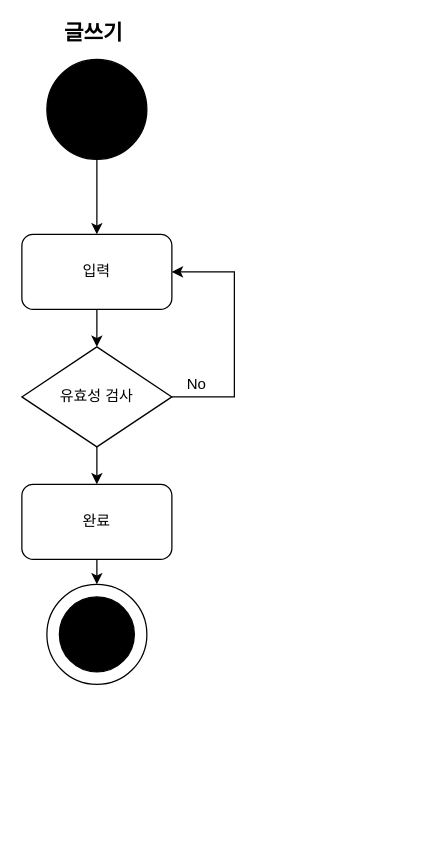
This is page "Page-2" (2 of 4) of Untitled Diagram.drawio from Janggeun-Lee/mygit, a draw.io file, before an edit. Source tidied: cells renumbered, new cells numbered last; positions are measured from the earlier drawing's top-left corner, leaving out a move shared by most shapes. Both pictures are drawn from the tidied source at 125%, with x=0, y=0 at pixel (21, 21).
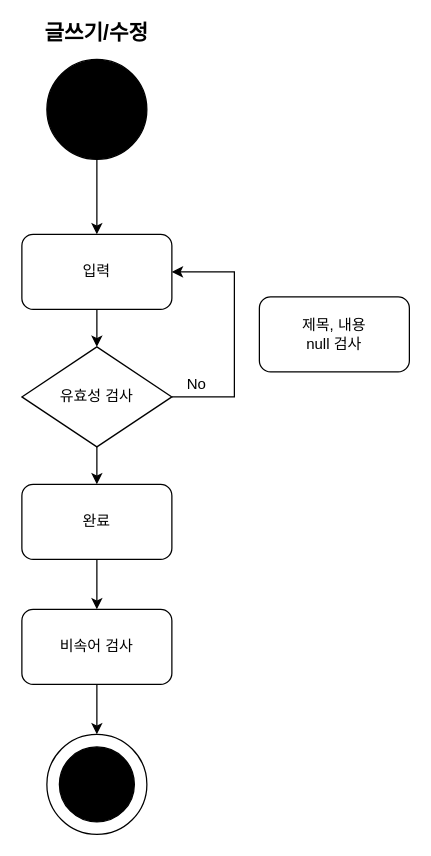
Above is the later version.

The change refers to these unchanged cells:
```xml
<mxCell id="12" value="완료" style="rounded=1;whiteSpace=wrap;html=1;" parent="1" vertex="1">
  <mxGeometry y="370" width="120" height="60" as="geometry" />
</mxCell>
```

What changed in the source:
```diff
@@
-    <mxCell id="6" value="&lt;b&gt;&lt;font style=&quot;font-size: 17px&quot;&gt;글쓰기&amp;nbsp;&lt;/font&gt;&lt;/b&gt;" style="text;html=1;strokeColor=none;fillColor=none;align=center;verticalAlign=middle;whiteSpace=wrap;rounded=0;" parent="1" vertex="1">
-      <mxGeometry x="30" width="60" height="20" as="geometry" />
+    <mxCell id="6" value="&lt;b&gt;&lt;font style=&quot;font-size: 17px&quot;&gt;글쓰기/수정&lt;/font&gt;&lt;/b&gt;" style="text;html=1;strokeColor=none;fillColor=none;align=center;verticalAlign=middle;whiteSpace=wrap;rounded=0;" parent="1" vertex="1">
+      <mxGeometry x="5" width="110" height="20" as="geometry" />
     </mxCell>
@@
-    <mxCell id="11" style="edgeStyle=orthogonalEdgeStyle;rounded=0;jettySize=auto;html=1;exitX=0.5;exitY=1;exitDx=0;exitDy=0;entryX=0.5;entryY=0;entryDx=0;entryDy=0;" parent="1" edge="1" source="12" target="13">
-      <mxGeometry relative="1" as="geometry" />
-    </mxCell>
+    <mxCell id="15" style="edgeStyle=orthogonalEdgeStyle;rounded=0;jettySize=auto;html=1;exitX=0.5;exitY=1;exitDx=0;exitDy=0;entryX=0.5;entryY=0;entryDx=0;entryDy=0;" parent="1" edge="1" source="12" target="19">
+      <mxGeometry relative="1" as="geometry" />
+    </mxCell>
@@
+    <mxCell id="16" value="제목, 내용&lt;br&gt;null 검사" style="rounded=1;whiteSpace=wrap;html=1;fillColor=#FFFFFF;" parent="1" vertex="1">
+      <mxGeometry x="190" y="220" width="120" height="60" as="geometry" />
+    </mxCell>
+    <mxCell id="17" style="group;" parent="1" vertex="1">
+      <mxGeometry x="20" y="570" width="80" height="80" as="geometry" />
+    </mxCell>
-    <mxCell id="13" style="ellipse;whiteSpace=wrap;html=1;" parent="1" vertex="1">
-      <mxGeometry x="20" y="450" width="80" height="80" as="geometry" />
+    <mxCell id="13" style="ellipse;whiteSpace=wrap;html=1;" parent="17" vertex="1">
+      <mxGeometry width="80" height="80" as="geometry" />
     </mxCell>
-    <mxCell id="14" style="ellipse;whiteSpace=wrap;html=1;fillColor=#000000;" parent="1" vertex="1">
-      <mxGeometry x="30" y="460" width="60" height="60" as="geometry" />
+    <mxCell id="14" style="ellipse;whiteSpace=wrap;html=1;fillColor=#000000;" parent="17" vertex="1">
+      <mxGeometry x="10" y="10" width="60" height="60" as="geometry" />
     </mxCell>
+    <mxCell id="18" style="edgeStyle=orthogonalEdgeStyle;rounded=0;jettySize=auto;html=1;exitX=0.5;exitY=1;exitDx=0;exitDy=0;entryX=0.5;entryY=0;entryDx=0;entryDy=0;" parent="1" edge="1" source="19" target="13">
+      <mxGeometry relative="1" as="geometry" />
+    </mxCell>
+    <mxCell id="19" value="비속어 검사" style="rounded=1;whiteSpace=wrap;html=1;fillColor=#FFFFFF;" parent="1" vertex="1">
+      <mxGeometry y="470" width="120" height="60" as="geometry" />
+    </mxCell>
```
